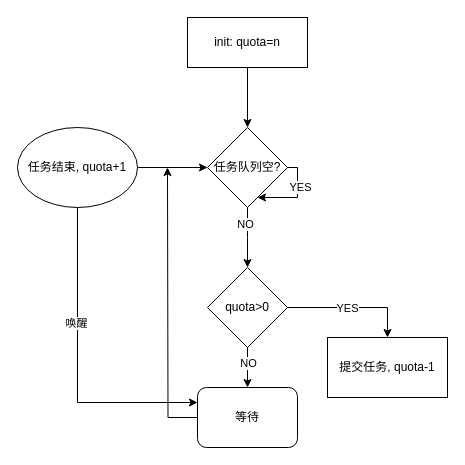
Before: doc/图三.drawio in GoGoWen/JD-Bowen-incubator-doris, a draw.io diagram. Source tidied: cells renumbered, new cells numbered last; positions are measured from the earlier drawing's top-left corner, leaving out a move shared by most shapes. Both pictures are drawn from the tidied source at 100%, with x=0, y=0 at pixel (17, 17).
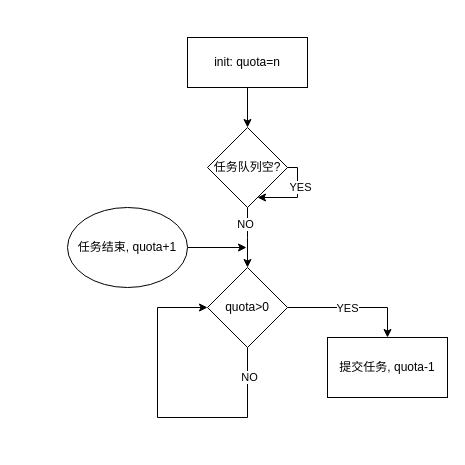
After the change.

The change refers to these unchanged cells:
```xml
<mxCell id="4" value="任务队列空?" style="rhombus;whiteSpace=wrap;html=1;" parent="1" vertex="1">
  <mxGeometry x="190" y="110" width="80" height="80" as="geometry" />
</mxCell>
<mxCell id="16" value="quota&amp;gt;0" style="rhombus;whiteSpace=wrap;html=1;" parent="1" vertex="1">
  <mxGeometry x="190" y="250" width="80" height="80" as="geometry" />
</mxCell>
```

What changed in the source:
```diff
@@
     <mxCell id="7" value="init: quota=n" style="rounded=0;whiteSpace=wrap;html=1;" parent="1" vertex="1">
-      <mxGeometry x="170" width="120" height="50" as="geometry" />
+      <mxGeometry x="170" y="20" width="120" height="50" as="geometry" />
     </mxCell>
-    <mxCell id="8" style="edgeStyle=orthogonalEdgeStyle;rounded=0;jettySize=auto;html=1;entryX=0;entryY=0.5;entryDx=0;entryDy=0;" parent="1" edge="1" source="11" target="4">
-      <mxGeometry relative="1" as="geometry" />
-    </mxCell>
-    <mxCell id="9" style="edgeStyle=orthogonalEdgeStyle;rounded=0;jettySize=auto;html=1;exitX=0.5;exitY=1;exitDx=0;exitDy=0;entryX=0;entryY=0.25;entryDx=0;entryDy=0;" parent="1" edge="1" source="11" target="20">
-      <mxGeometry relative="1" as="geometry" />
-    </mxCell>
-    <mxCell id="10" value="唤醒" style="edgeLabel;html=1;align=center;verticalAlign=middle;" parent="9" vertex="1">
-      <mxGeometry x="-0.27" y="-2" relative="1" as="geometry" />
-    </mxCell>
+    <mxCell id="21" style="edgeStyle=orthogonalEdgeStyle;rounded=0;jettySize=auto;html=1;exitX=1;exitY=0.5;exitDx=0;exitDy=0;" parent="1" edge="1" source="11">
+      <mxGeometry relative="1" as="geometry">
+        <mxPoint x="229" y="230" as="targetPoint" />
+        <Array as="points">
+          <mxPoint x="229" y="230" />
+        </Array>
+      </mxGeometry>
+    </mxCell>
     <mxCell id="11" value="任务结束, quota+1" style="ellipse;whiteSpace=wrap;html=1;" parent="1" vertex="1">
-      <mxGeometry y="110" width="120" height="80" as="geometry" />
+      <mxGeometry x="50" y="190" width="120" height="80" as="geometry" />
     </mxCell>
@@
-    <mxCell id="14" style="edgeStyle=orthogonalEdgeStyle;rounded=0;jettySize=auto;html=1;" parent="1" edge="1" source="16" target="20">
-      <mxGeometry relative="1" as="geometry" />
-    </mxCell>
+    <mxCell id="22" style="edgeStyle=orthogonalEdgeStyle;rounded=0;orthogonalLoop=1;jettySize=auto;html=1;entryX=0;entryY=0.5;entryDx=0;entryDy=0;" parent="1" edge="1" source="16" target="16">
+      <mxGeometry relative="1" as="geometry">
+        <Array as="points">
+          <mxPoint x="230" y="400" />
+          <mxPoint x="140" y="400" />
+          <mxPoint x="140" y="290" />
+        </Array>
+      </mxGeometry>
+    </mxCell>
-    <mxCell id="15" value="NO" style="edgeLabel;html=1;align=center;verticalAlign=middle;" parent="14" vertex="1">
-      <mxGeometry x="-0.25" relative="1" as="geometry" />
+    <mxCell id="15" value="NO" style="edgeLabel;html=1;align=center;verticalAlign=middle;" parent="22" vertex="1">
+      <mxGeometry x="-0.82" y="1" relative="1" as="geometry" />
     </mxCell>
@@
-    <mxCell id="19" style="edgeStyle=orthogonalEdgeStyle;rounded=0;jettySize=auto;html=1;" parent="1" edge="1" source="20">
-      <mxGeometry relative="1" as="geometry">
-        <mxPoint x="150" y="150" as="targetPoint" />
-      </mxGeometry>
-    </mxCell>
-    <mxCell id="20" value="等待" style="rounded=1;whiteSpace=wrap;html=1;" parent="1" vertex="1">
-      <mxGeometry x="180" y="370" width="100" height="60" as="geometry" />
-    </mxCell>
```
